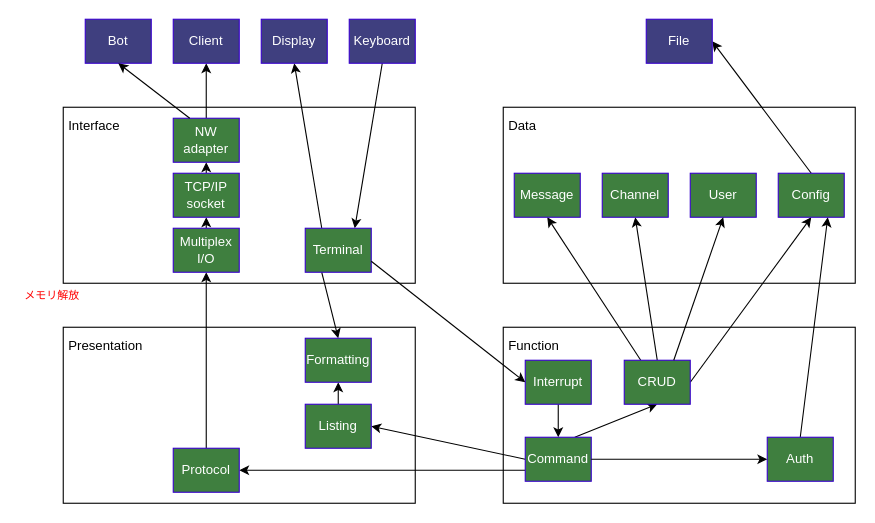
The draw.io diagram page "Architecture" (3 of 6) of design/irc_design.drawio in yunixuma/myIRC, before the edit. Source tidied: cells renumbered, new cells numbered last; positions are measured from the earlier drawing's top-left corner, leaving out a move shared by most shapes. Both pictures are drawn from the tidied source at 110%, with x=0, y=0 at pixel (19, 19).
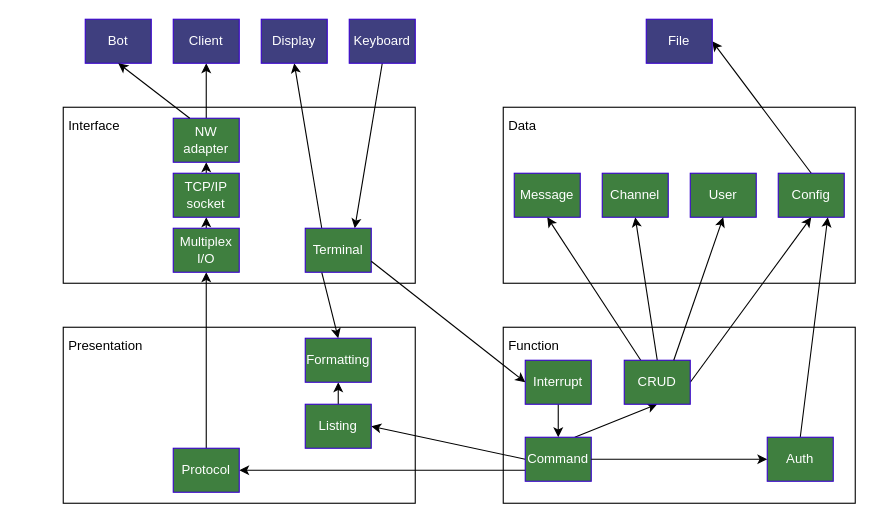
Above is the later version.

Change to the diagram source:
```diff
@@
-    <mxCell id="10" value="メモリ解放" style="rounded=0;whiteSpace=wrap;html=1;fillColor=none;strokeColor=none;fontSize=10;fontColor=#FF0000;" parent="1" vertex="1">
-      <mxGeometry y="240" width="60" height="22" as="geometry" />
-    </mxCell>
```
